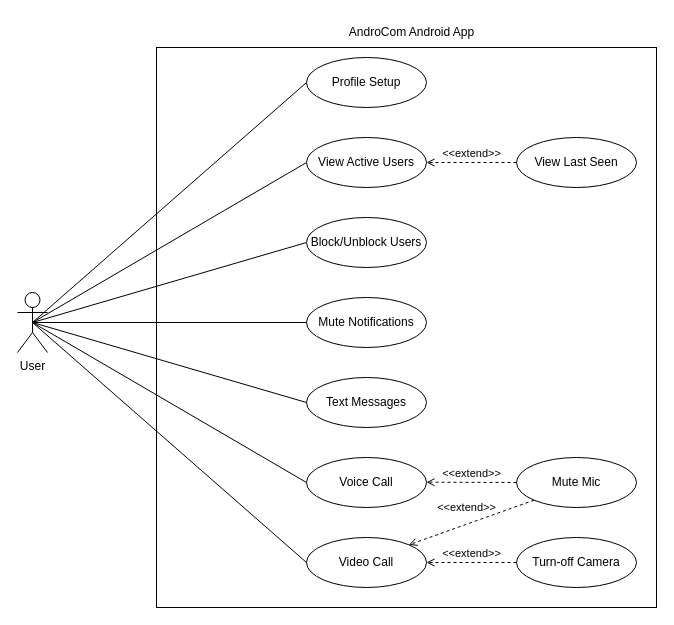
Earlier version of the draw.io diagram Figures/Use Case Diagram/Draw-io/AndroCom_UseCaseDiagram.drawio (imharris24/AndroCom-Android). Source tidied: cells renumbered, new cells numbered last; positions are measured from the earlier drawing's top-left corner, leaving out a move shared by most shapes. Both pictures are drawn from the tidied source at 100%, with x=0, y=0 at pixel (17, 17).
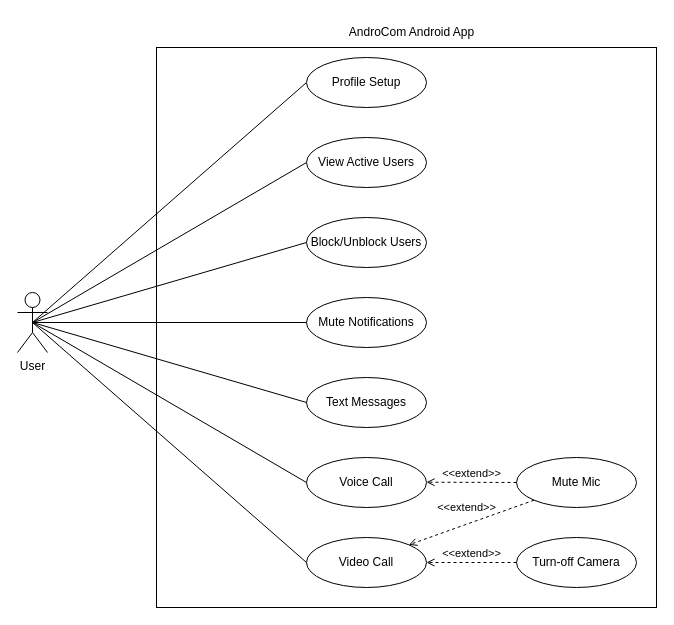
The same page after the edit.

Commit message (it also covers changes not shown here):
Fix Mistake in Use Case diagram

Removing last seen for Diagram

Unchanged cells that the change refers to:
```xml
<mxCell id="7" value="View Active Users" style="ellipse;whiteSpace=wrap;html=1;" parent="1" vertex="1">
  <mxGeometry x="289" y="120" width="120" height="50" as="geometry" />
</mxCell>
```

The edit, as a diff of the source:
```diff
@@
-    <mxCell id="13" value="View Last Seen" style="ellipse;whiteSpace=wrap;html=1;" parent="1" vertex="1">
-      <mxGeometry x="499" y="120" width="120" height="50" as="geometry" />
-    </mxCell>
@@
-    <mxCell id="24" value="&amp;lt;&amp;lt;extend&amp;gt;&amp;gt;" style="html=1;verticalAlign=bottom;labelBackgroundColor=none;endArrow=open;endFill=0;dashed=1;rounded=0;entryX=1;entryY=0.5;entryDx=0;entryDy=0;exitX=0;exitY=0.5;exitDx=0;exitDy=0;" parent="1" edge="1" source="13" target="7">
-      <mxGeometry relative="1" as="geometry" />
-    </mxCell>
```
